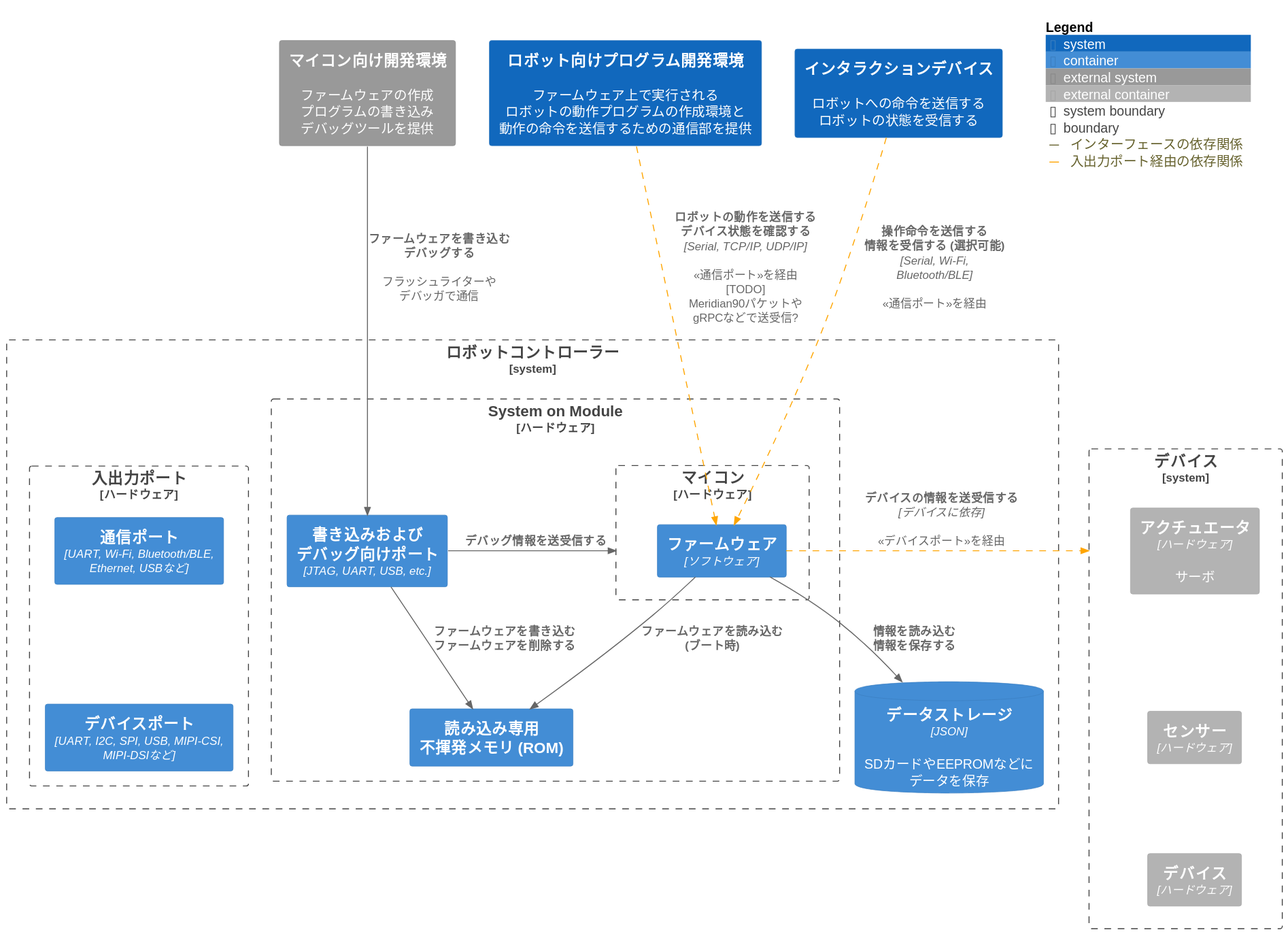
Above: docs/design/images/MeridianFLX-ControllerContainer.svg in meridian-oss/MeridianFLX (PlantUML), before the change.
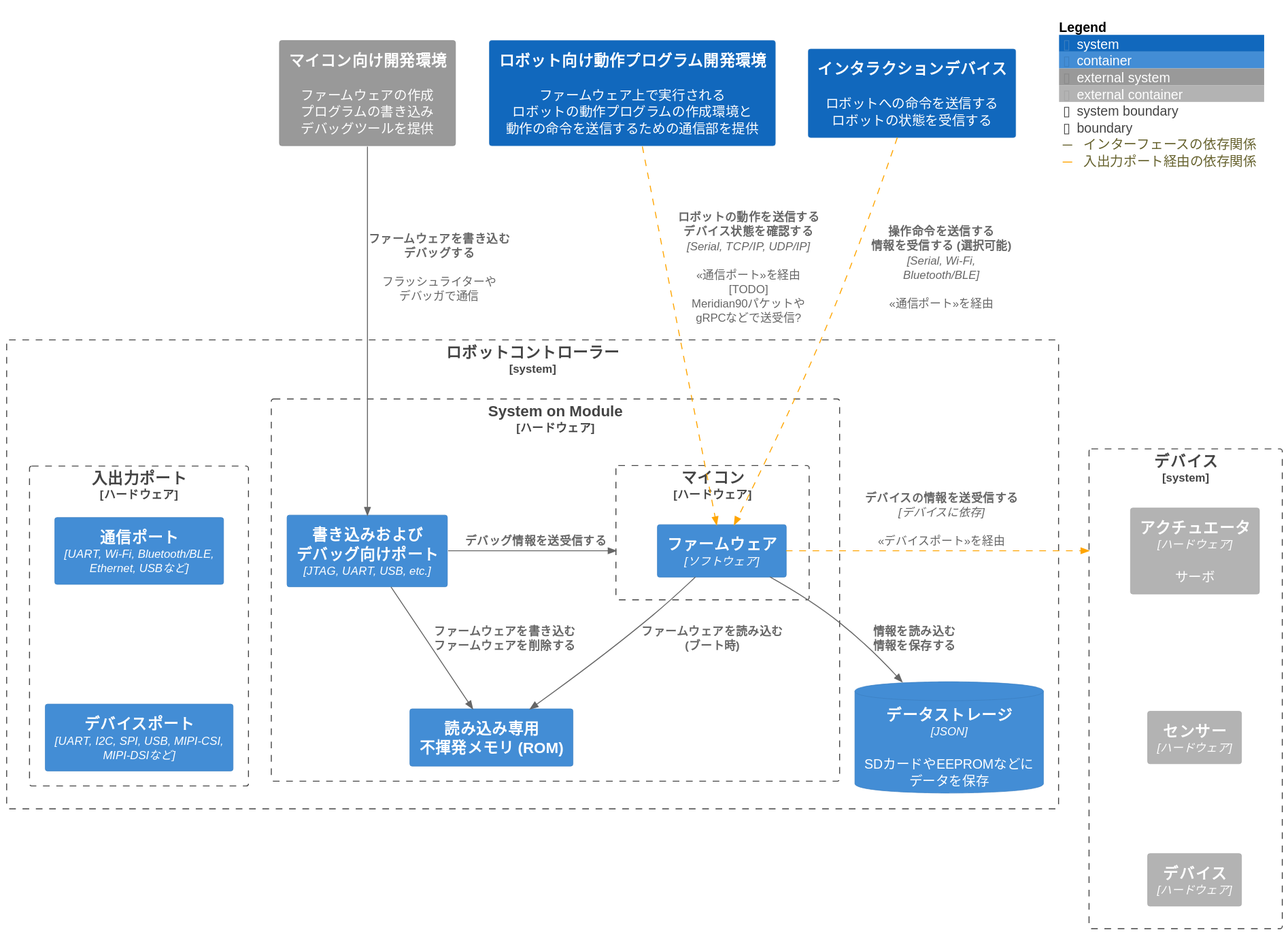
After the commit.

The edit, as a diff of the source:
```diff
@@ -28,7 +28,7 @@
     ContainerDb(DB, "データストレージ", "JSON", "SDカードやEEPROMなどに\nデータを保存")
 }
 
-System(SWSDK, "ロボット向けプログラム開発環境", "ファームウェア上で実行される\nロボットの動作プログラムの作成環境と\n動作の命令を送信するための通信部を提供")
+System(SWSDK, "ロボット向け動作プログラム開発環境", "ファームウェア上で実行される\nロボットの動作プログラムの作成環境と\n動作の命令を送信するための通信部を提供")
 System(INPUT, "インタラクションデバイス", "ロボットへの命令を送信する\nロボットの状態を受信する")
 System_Ext(EMBSDK, "マイコン向け開発環境", "ファームウェアの作成\nプログラムの書き込み\nデバッグツールを提供")
 Lay_R(EMBSDK, SWSDK)
```
